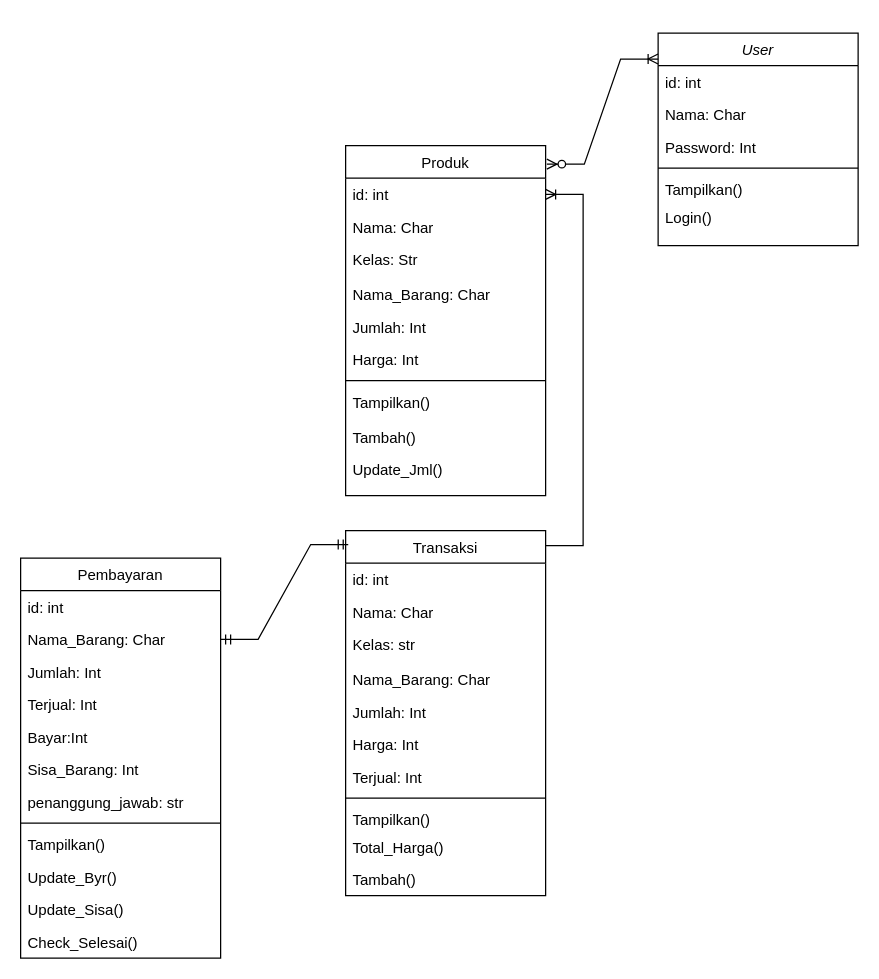
The draw.io diagram class diagram.drawio in R-TSE-Real-Time-Software-Engineers/SPW-Canteen, before the edit. Source tidied: cells renumbered, new cells numbered last; positions are measured from the earlier drawing's top-left corner, leaving out a move shared by most shapes. Both pictures are drawn from the tidied source at 125%, with x=0, y=0 at pixel (20, -40).
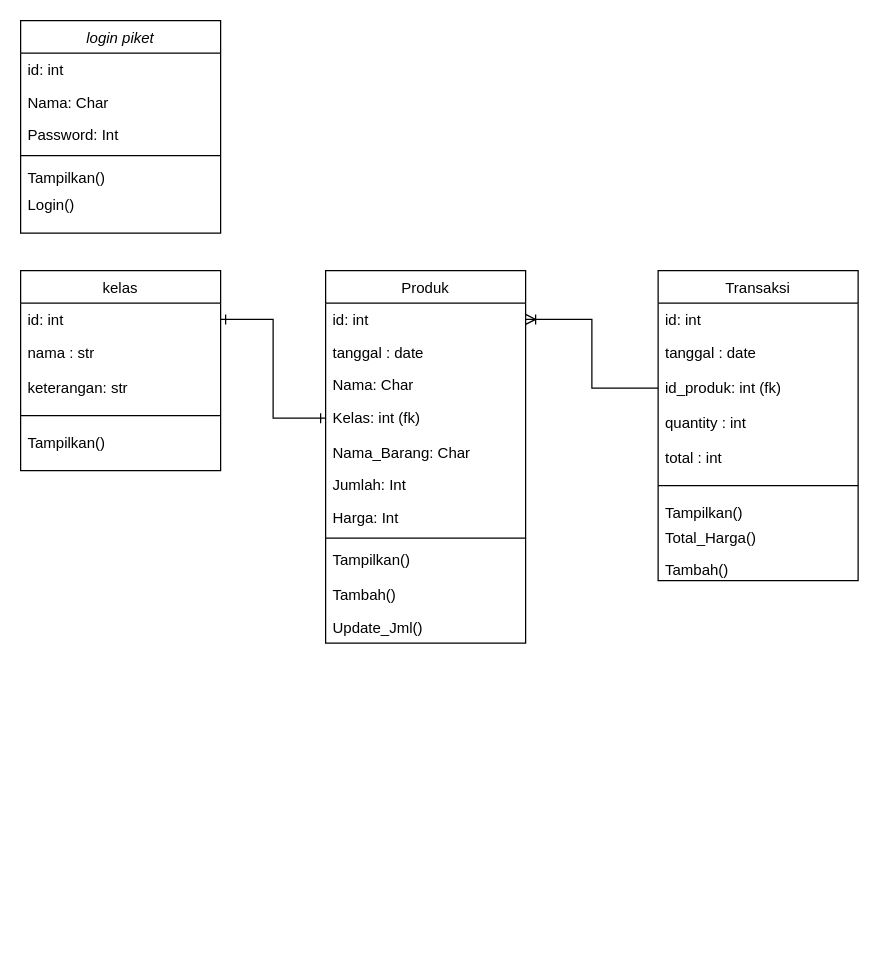
The same page after the edit.

Unchanged cells that the change refers to:
```xml
<mxCell id="10" value="id: int" style="text;align=left;verticalAlign=top;spacingLeft=4;spacingRight=4;overflow=hidden;points=[[0,0.5],[1,0.5]];portConstraint=eastwest;" parent="9" vertex="1">
  <mxGeometry y="26" width="160" height="26" as="geometry" />
</mxCell>
```

What changed in the source:
```diff
@@
-    <mxCell id="2" value="User" style="swimlane;fontStyle=2;align=center;verticalAlign=top;horizontal=1;startSize=26;rounded=0;shadow=0;strokeWidth=1;" parent="1" vertex="1">
-      <mxGeometry x="510" y="58" width="160" height="170" as="geometry" />
+    <mxCell id="2" value="login piket" style="swimlane;fontStyle=2;align=center;verticalAlign=top;horizontal=1;startSize=26;rounded=0;shadow=0;strokeWidth=1;" parent="1" vertex="1">
+      <mxGeometry y="48" width="160" height="170" as="geometry" />
     </mxCell>
@@
     <mxCell id="9" value="Produk" style="swimlane;fontStyle=0;align=center;verticalAlign=top;horizontal=1;startSize=26;rounded=0;shadow=0;strokeWidth=1;" parent="1" vertex="1">
-      <mxGeometry x="260" y="148" width="160" height="280" as="geometry" />
+      <mxGeometry x="244" y="248" width="160" height="298" as="geometry" />
     </mxCell>
@@
+    <mxCell id="48" value="tanggal : date" style="text;align=left;verticalAlign=top;spacingLeft=4;spacingRight=4;overflow=hidden;" parent="9" vertex="1">
+      <mxGeometry y="52" width="160" height="26" as="geometry" />
+    </mxCell>
     <mxCell id="11" value="Nama: Char" style="text;align=left;verticalAlign=top;spacingLeft=4;spacingRight=4;overflow=hidden;" parent="9" vertex="1">
-      <mxGeometry y="52" width="160" height="26" as="geometry" />
+      <mxGeometry y="78" width="160" height="26" as="geometry" />
     </mxCell>
-    <mxCell id="12" value="Kelas: Str" style="text;align=left;verticalAlign=top;spacingLeft=4;spacingRight=4;overflow=hidden;points=[[0,0.5],[1,0.5]];portConstraint=eastwest;rounded=0;shadow=0;html=0;" parent="9" vertex="1">
-      <mxGeometry y="78" width="160" height="28" as="geometry" />
+    <mxCell id="12" value="Kelas: int (fk)" style="text;align=left;verticalAlign=top;spacingLeft=4;spacingRight=4;overflow=hidden;points=[[0,0.5],[1,0.5]];portConstraint=eastwest;rounded=0;shadow=0;html=0;" parent="9" vertex="1">
+      <mxGeometry y="104" width="160" height="28" as="geometry" />
     </mxCell>
     <mxCell id="13" value="Nama_Barang: Char" style="text;align=left;verticalAlign=top;spacingLeft=4;spacingRight=4;overflow=hidden;rounded=0;shadow=0;html=0;" parent="9" vertex="1">
-      <mxGeometry y="106" width="160" height="26" as="geometry" />
+      <mxGeometry y="132" width="160" height="26" as="geometry" />
     </mxCell>
     <mxCell id="14" value="Jumlah: Int" style="text;align=left;verticalAlign=top;spacingLeft=4;spacingRight=4;overflow=hidden;rounded=0;shadow=0;html=0;" parent="9" vertex="1">
-      <mxGeometry y="132" width="160" height="26" as="geometry" />
+      <mxGeometry y="158" width="160" height="26" as="geometry" />
     </mxCell>
     <mxCell id="15" value="Harga: Int" style="text;align=left;verticalAlign=top;spacingLeft=4;spacingRight=4;overflow=hidden;rounded=0;shadow=0;html=0;" parent="9" vertex="1">
-      <mxGeometry y="158" width="160" height="26" as="geometry" />
+      <mxGeometry y="184" width="160" height="26" as="geometry" />
     </mxCell>
     <mxCell id="16" style="line;html=1;strokeWidth=1;align=left;verticalAlign=middle;spacingTop=-1;spacingLeft=3;spacingRight=3;labelPosition=right;" parent="9" vertex="1">
-      <mxGeometry y="184" width="160" height="8" as="geometry" />
+      <mxGeometry y="210" width="160" height="8" as="geometry" />
     </mxCell>
     <mxCell id="17" value="Tampilkan()" style="text;align=left;verticalAlign=top;spacingLeft=4;spacingRight=4;overflow=hidden;" parent="9" vertex="1">
-      <mxGeometry y="192" width="160" height="28" as="geometry" />
+      <mxGeometry y="218" width="160" height="28" as="geometry" />
     </mxCell>
     <mxCell id="18" value="Tambah()" style="text;align=left;verticalAlign=top;spacingLeft=4;spacingRight=4;overflow=hidden;" parent="9" vertex="1">
-      <mxGeometry y="220" width="160" height="26" as="geometry" />
+      <mxGeometry y="246" width="160" height="26" as="geometry" />
     </mxCell>
     <mxCell id="19" value="Update_Jml()" style="text;align=left;verticalAlign=top;spacingLeft=4;spacingRight=4;overflow=hidden;" parent="9" vertex="1">
-      <mxGeometry y="246" width="160" height="26" as="geometry" />
+      <mxGeometry y="272" width="160" height="26" as="geometry" />
     </mxCell>
     <mxCell id="20" value="Transaksi" style="swimlane;fontStyle=0;align=center;verticalAlign=top;horizontal=1;startSize=26;rounded=0;shadow=0;strokeWidth=1;" parent="1" vertex="1">
-      <mxGeometry x="260" y="456" width="160" height="292" as="geometry" />
+      <mxGeometry x="510" y="248" width="160" height="248" as="geometry" />
     </mxCell>
@@
-    <mxCell id="22" value="Nama: Char" style="text;align=left;verticalAlign=top;spacingLeft=4;spacingRight=4;overflow=hidden;" parent="20" vertex="1">
-      <mxGeometry y="52" width="160" height="26" as="geometry" />
-    </mxCell>
+    <mxCell id="49" value="tanggal : date&#10;" style="text;align=left;verticalAlign=top;spacingLeft=4;spacingRight=4;overflow=hidden;rounded=0;shadow=0;html=0;" parent="20" vertex="1">
+      <mxGeometry y="52" width="160" height="28" as="geometry" />
+    </mxCell>
-    <mxCell id="23" value="Kelas: str" style="text;align=left;verticalAlign=top;spacingLeft=4;spacingRight=4;overflow=hidden;points=[[0,0.5],[1,0.5]];portConstraint=eastwest;rounded=0;shadow=0;html=0;" parent="20" vertex="1">
-      <mxGeometry y="78" width="160" height="28" as="geometry" />
+    <mxCell id="23" value="id_produk: int (fk)" style="text;align=left;verticalAlign=top;spacingLeft=4;spacingRight=4;overflow=hidden;points=[[0,0.5],[1,0.5]];portConstraint=eastwest;rounded=0;shadow=0;html=0;" parent="20" vertex="1">
+      <mxGeometry y="80" width="160" height="28" as="geometry" />
     </mxCell>
-    <mxCell id="24" value="Nama_Barang: Char" style="text;align=left;verticalAlign=top;spacingLeft=4;spacingRight=4;overflow=hidden;rounded=0;shadow=0;html=0;" parent="20" vertex="1">
-      <mxGeometry y="106" width="160" height="26" as="geometry" />
-    </mxCell>
-    <mxCell id="25" value="Jumlah: Int" style="text;align=left;verticalAlign=top;spacingLeft=4;spacingRight=4;overflow=hidden;rounded=0;shadow=0;html=0;" parent="20" vertex="1">
-      <mxGeometry y="132" width="160" height="26" as="geometry" />
-    </mxCell>
-    <mxCell id="26" value="Harga: Int" style="text;align=left;verticalAlign=top;spacingLeft=4;spacingRight=4;overflow=hidden;rounded=0;shadow=0;html=0;" parent="20" vertex="1">
-      <mxGeometry y="158" width="160" height="26" as="geometry" />
-    </mxCell>
-    <mxCell id="27" value="Terjual: Int" style="text;align=left;verticalAlign=top;spacingLeft=4;spacingRight=4;overflow=hidden;rounded=0;shadow=0;html=0;" parent="20" vertex="1">
-      <mxGeometry y="184" width="160" height="26" as="geometry" />
-    </mxCell>
+    <mxCell id="50" value="quantity : int" style="text;align=left;verticalAlign=top;spacingLeft=4;spacingRight=4;overflow=hidden;rounded=0;shadow=0;html=0;" parent="20" vertex="1">
+      <mxGeometry y="108" width="160" height="28" as="geometry" />
+    </mxCell>
+    <mxCell id="51" value="total : int" style="text;align=left;verticalAlign=top;spacingLeft=4;spacingRight=4;overflow=hidden;rounded=0;shadow=0;html=0;" parent="20" vertex="1">
+      <mxGeometry y="136" width="160" height="28" as="geometry" />
+    </mxCell>
     <mxCell id="28" style="line;html=1;strokeWidth=1;align=left;verticalAlign=middle;spacingTop=-1;spacingLeft=3;spacingRight=3;labelPosition=right;" parent="20" vertex="1">
-      <mxGeometry y="210" width="160" height="8" as="geometry" />
+      <mxGeometry y="164" width="160" height="16" as="geometry" />
     </mxCell>
     <mxCell id="29" value="Tampilkan()" style="text;align=left;verticalAlign=top;spacingLeft=4;spacingRight=4;overflow=hidden;" parent="20" vertex="1">
-      <mxGeometry y="218" width="160" height="22" as="geometry" />
+      <mxGeometry y="180" width="160" height="20" as="geometry" />
     </mxCell>
     <mxCell id="30" value="Total_Harga()" style="text;align=left;verticalAlign=top;spacingLeft=4;spacingRight=4;overflow=hidden;" parent="20" vertex="1">
-      <mxGeometry y="240" width="160" height="26" as="geometry" />
+      <mxGeometry y="200" width="160" height="26" as="geometry" />
     </mxCell>
     <mxCell id="31" value="Tambah()" style="text;align=left;verticalAlign=top;spacingLeft=4;spacingRight=4;overflow=hidden;" parent="20" vertex="1">
-      <mxGeometry y="266" width="160" height="22" as="geometry" />
+      <mxGeometry y="226" width="160" height="22" as="geometry" />
     </mxCell>
-    <mxCell id="32" value="Pembayaran" style="swimlane;fontStyle=0;align=center;verticalAlign=top;horizontal=1;startSize=26;rounded=0;shadow=0;strokeWidth=1;" parent="1" vertex="1">
-      <mxGeometry y="478" width="160" height="320" as="geometry" />
-    </mxCell>
+    <mxCell id="52" value="kelas" style="swimlane;fontStyle=0;align=center;verticalAlign=top;horizontal=1;startSize=26;rounded=0;shadow=0;strokeWidth=1;" parent="1" vertex="1">
+      <mxGeometry y="248" width="160" height="160" as="geometry" />
+    </mxCell>
-    <mxCell id="33" value="id: int" style="text;align=left;verticalAlign=top;spacingLeft=4;spacingRight=4;overflow=hidden;points=[[0,0.5],[1,0.5]];portConstraint=eastwest;rounded=0;shadow=0;html=0;" parent="32" vertex="1">
+    <mxCell id="33" value="id: int" style="text;align=left;verticalAlign=top;spacingLeft=4;spacingRight=4;overflow=hidden;points=[[0,0.5],[1,0.5]];portConstraint=eastwest;" parent="52" vertex="1">
       <mxGeometry y="26" width="160" height="26" as="geometry" />
     </mxCell>
-    <mxCell id="34" value="Nama_Barang: Char" style="text;align=left;verticalAlign=top;spacingLeft=4;spacingRight=4;overflow=hidden;points=[[0,0.5],[1,0.5]];portConstraint=eastwest;rounded=0;shadow=0;html=0;" parent="32" vertex="1">
-      <mxGeometry y="52" width="160" height="26" as="geometry" />
-    </mxCell>
-    <mxCell id="35" value="Jumlah: Int" style="text;align=left;verticalAlign=top;spacingLeft=4;spacingRight=4;overflow=hidden;rounded=0;shadow=0;html=0;" parent="32" vertex="1">
-      <mxGeometry y="78" width="160" height="26" as="geometry" />
-    </mxCell>
-    <mxCell id="36" value="Terjual: Int" style="text;align=left;verticalAlign=top;spacingLeft=4;spacingRight=4;overflow=hidden;rounded=0;shadow=0;html=0;" parent="32" vertex="1">
-      <mxGeometry y="104" width="160" height="26" as="geometry" />
-    </mxCell>
-    <mxCell id="37" value="Bayar:Int" style="text;align=left;verticalAlign=top;spacingLeft=4;spacingRight=4;overflow=hidden;rounded=0;shadow=0;html=0;" parent="32" vertex="1">
-      <mxGeometry y="130" width="160" height="26" as="geometry" />
-    </mxCell>
-    <mxCell id="38" value="Sisa_Barang: Int" style="text;align=left;verticalAlign=top;spacingLeft=4;spacingRight=4;overflow=hidden;rounded=0;shadow=0;html=0;" parent="32" vertex="1">
-      <mxGeometry y="156" width="160" height="26" as="geometry" />
-    </mxCell>
-    <mxCell id="39" value="penanggung_jawab: str" style="text;align=left;verticalAlign=top;spacingLeft=4;spacingRight=4;overflow=hidden;rounded=0;shadow=0;html=0;" parent="32" vertex="1">
-      <mxGeometry y="182" width="160" height="26" as="geometry" />
-    </mxCell>
-    <mxCell id="40" style="line;html=1;strokeWidth=1;align=left;verticalAlign=middle;spacingTop=-1;spacingLeft=3;spacingRight=3;labelPosition=right;" parent="32" vertex="1">
-      <mxGeometry y="208" width="160" height="8" as="geometry" />
-    </mxCell>
+    <mxCell id="53" value="nama : str" style="text;align=left;verticalAlign=top;spacingLeft=4;spacingRight=4;overflow=hidden;rounded=0;shadow=0;html=0;" parent="52" vertex="1">
+      <mxGeometry y="52" width="160" height="28" as="geometry" />
+    </mxCell>
+    <mxCell id="54" value="keterangan: str" style="text;align=left;verticalAlign=top;spacingLeft=4;spacingRight=4;overflow=hidden;rounded=0;shadow=0;html=0;" parent="52" vertex="1">
+      <mxGeometry y="80" width="160" height="28" as="geometry" />
+    </mxCell>
+    <mxCell id="55" style="line;html=1;strokeWidth=1;align=left;verticalAlign=middle;spacingTop=-1;spacingLeft=3;spacingRight=3;labelPosition=right;" parent="52" vertex="1">
+      <mxGeometry y="108" width="160" height="16" as="geometry" />
+    </mxCell>
-    <mxCell id="41" value="Tampilkan()" style="text;align=left;verticalAlign=top;spacingLeft=4;spacingRight=4;overflow=hidden;" parent="32" vertex="1">
-      <mxGeometry y="216" width="160" height="26" as="geometry" />
+    <mxCell id="41" value="Tampilkan()" style="text;align=left;verticalAlign=top;spacingLeft=4;spacingRight=4;overflow=hidden;" parent="52" vertex="1">
+      <mxGeometry y="124" width="160" height="20" as="geometry" />
     </mxCell>
-    <mxCell id="42" value="Update_Byr()" style="text;align=left;verticalAlign=top;spacingLeft=4;spacingRight=4;overflow=hidden;" parent="32" vertex="1">
-      <mxGeometry y="242" width="160" height="26" as="geometry" />
-    </mxCell>
-    <mxCell id="43" value="Update_Sisa()" style="text;align=left;verticalAlign=top;spacingLeft=4;spacingRight=4;overflow=hidden;" parent="32" vertex="1">
-      <mxGeometry y="268" width="160" height="26" as="geometry" />
-    </mxCell>
-    <mxCell id="44" value="Check_Selesai()" style="text;align=left;verticalAlign=top;spacingLeft=4;spacingRight=4;overflow=hidden;" parent="32" vertex="1">
-      <mxGeometry y="294" width="160" height="26" as="geometry" />
-    </mxCell>
-    <mxCell id="45" style="edgeStyle=entityRelationEdgeStyle;fontSize=12;html=1;endArrow=ERmandOne;startArrow=ERmandOne;rounded=0;exitX=1;exitY=0.5;exitDx=0;exitDy=0;entryX=0.013;entryY=0.038;entryDx=0;entryDy=0;entryPerimeter=0;" parent="1" edge="1" source="34" target="20">
-      <mxGeometry relative="1" as="geometry" />
-    </mxCell>
-    <mxCell id="46" style="edgeStyle=entityRelationEdgeStyle;fontSize=12;html=1;endArrow=ERoneToMany;startArrow=ERzeroToMany;rounded=0;exitX=1.006;exitY=0.053;exitDx=0;exitDy=0;exitPerimeter=0;entryX=0;entryY=0.122;entryDx=0;entryDy=0;entryPerimeter=0;" parent="1" edge="1" source="9" target="2">
-      <mxGeometry relative="1" as="geometry">
-        <Array as="points">
-          <mxPoint x="290" />
-        </Array>
-      </mxGeometry>
-    </mxCell>
-    <mxCell id="47" style="edgeStyle=entityRelationEdgeStyle;fontSize=12;html=1;endArrow=ERoneToMany;rounded=0;entryX=1;entryY=0.5;entryDx=0;entryDy=0;" parent="1" edge="1" target="10">
-      <mxGeometry relative="1" as="geometry">
-        <mxPoint x="420" y="468" as="sourcePoint" />
-        <Array as="points">
-          <mxPoint x="100" y="328" />
-        </Array>
-      </mxGeometry>
-    </mxCell>
+    <mxCell id="56" style="edgeStyle=orthogonalEdgeStyle;rounded=0;jettySize=auto;html=1;startArrow=ERone;startFill=0;endArrow=ERone;endFill=0;" parent="1" edge="1" source="33" target="12">
+      <mxGeometry relative="1" as="geometry" />
+    </mxCell>
+    <mxCell id="57" style="edgeStyle=orthogonalEdgeStyle;rounded=0;jettySize=auto;html=1;entryX=0;entryY=0.5;entryDx=0;entryDy=0;startArrow=ERoneToMany;startFill=0;endArrow=none;endFill=0;" parent="1" edge="1" source="10" target="23">
+      <mxGeometry relative="1" as="geometry" />
+    </mxCell>
```
